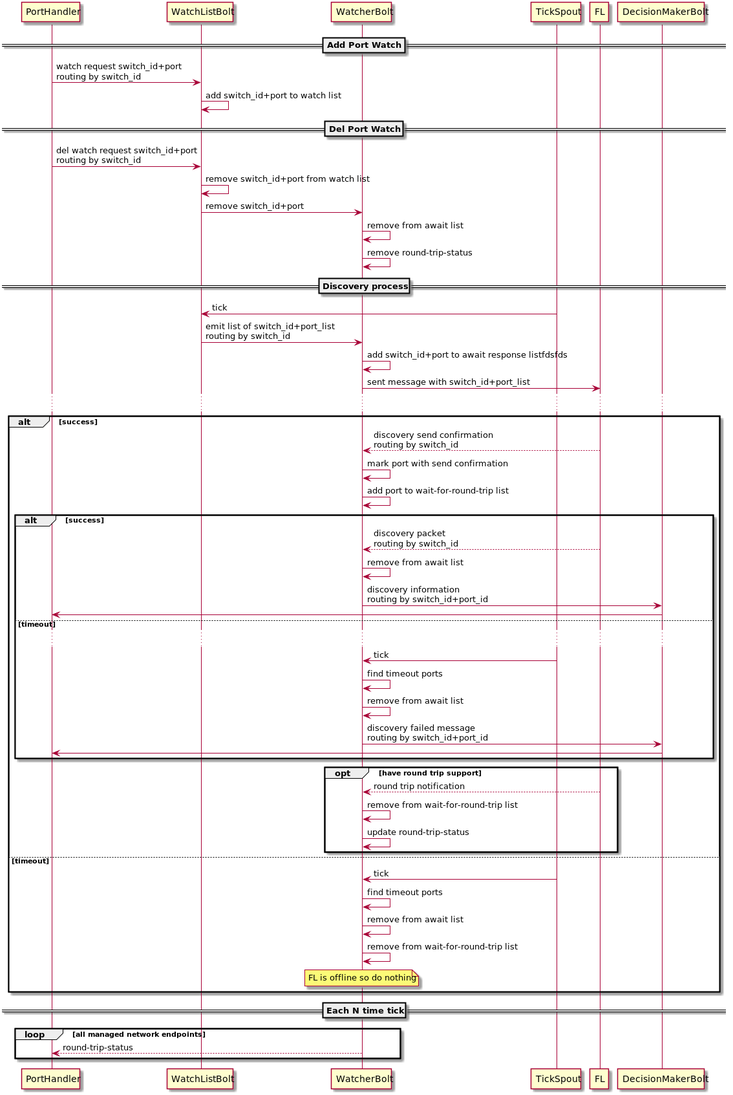
The PlantUML diagram docs/design/network-discovery/discovery-sequence.png in telstra/open-kilda, before a commit.
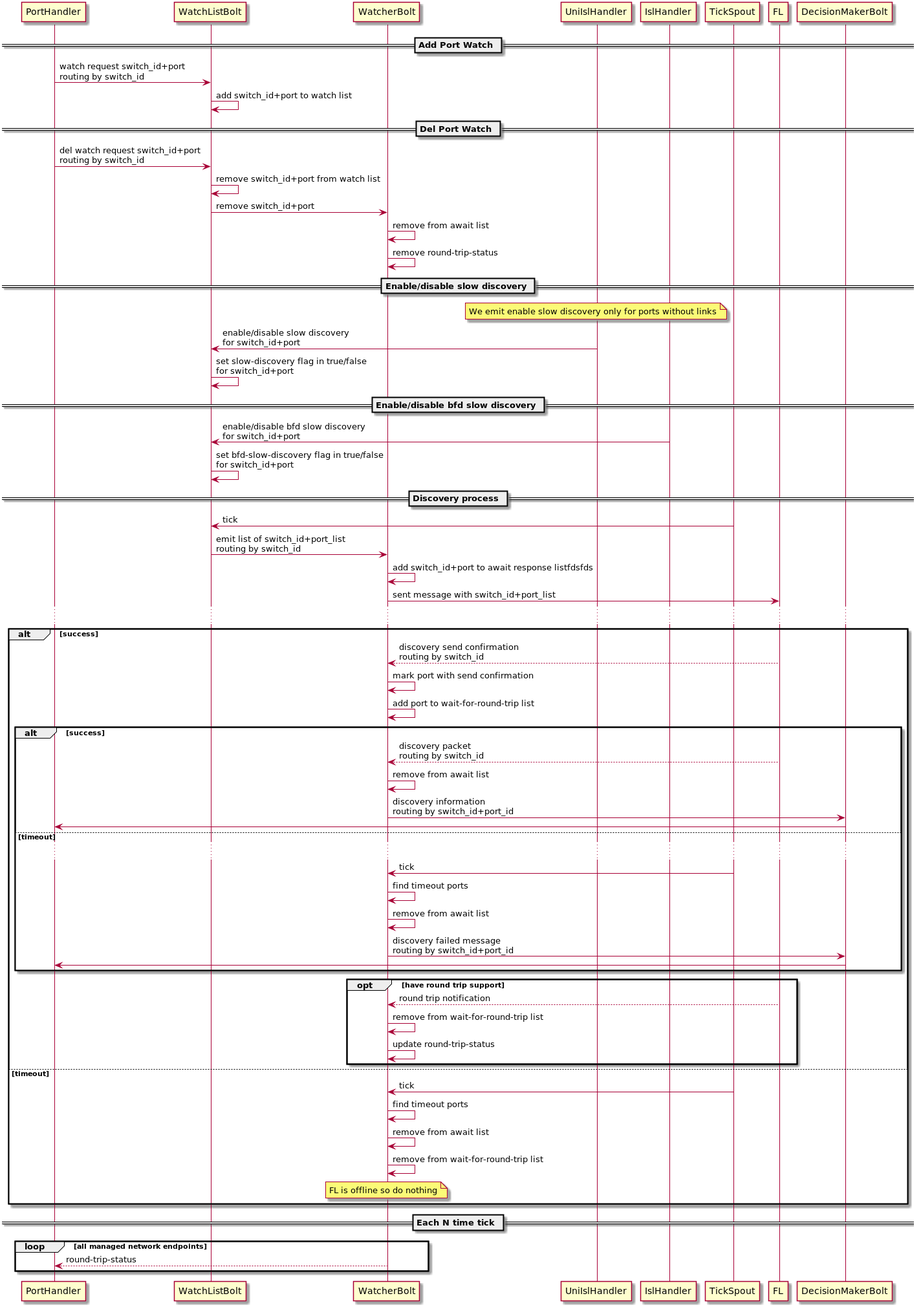
After the commit.

Commit message:
Design for Smart discovery feature

Change to the diagram source:
```diff
@@ -10,6 +10,17 @@
 WatchListBolt -> WatcherBolt: remove switch_id+port
 WatcherBolt -> WatcherBolt: remove from await list
 WatcherBolt -> WatcherBolt: remove round-trip-status
+
+== Enable/disable slow discovery ==
+note over UniIslHandler
+	We emit enable slow discovery only for ports without links
+end note
+UniIslHandler -> WatchListBolt: enable/disable slow discovery\nfor switch_id+port
+WatchListBolt -> WatchListBolt: set slow-discovery flag in true/false\nfor switch_id+port
+
+== Enable/disable bfd slow discovery ==
+IslHandler -> WatchListBolt: enable/disable bfd slow discovery\nfor switch_id+port
+WatchListBolt -> WatchListBolt: set bfd-slow-discovery flag in true/false\nfor switch_id+port
 
 == Discovery process ==
 TickSpout -> WatchListBolt: tick
```
